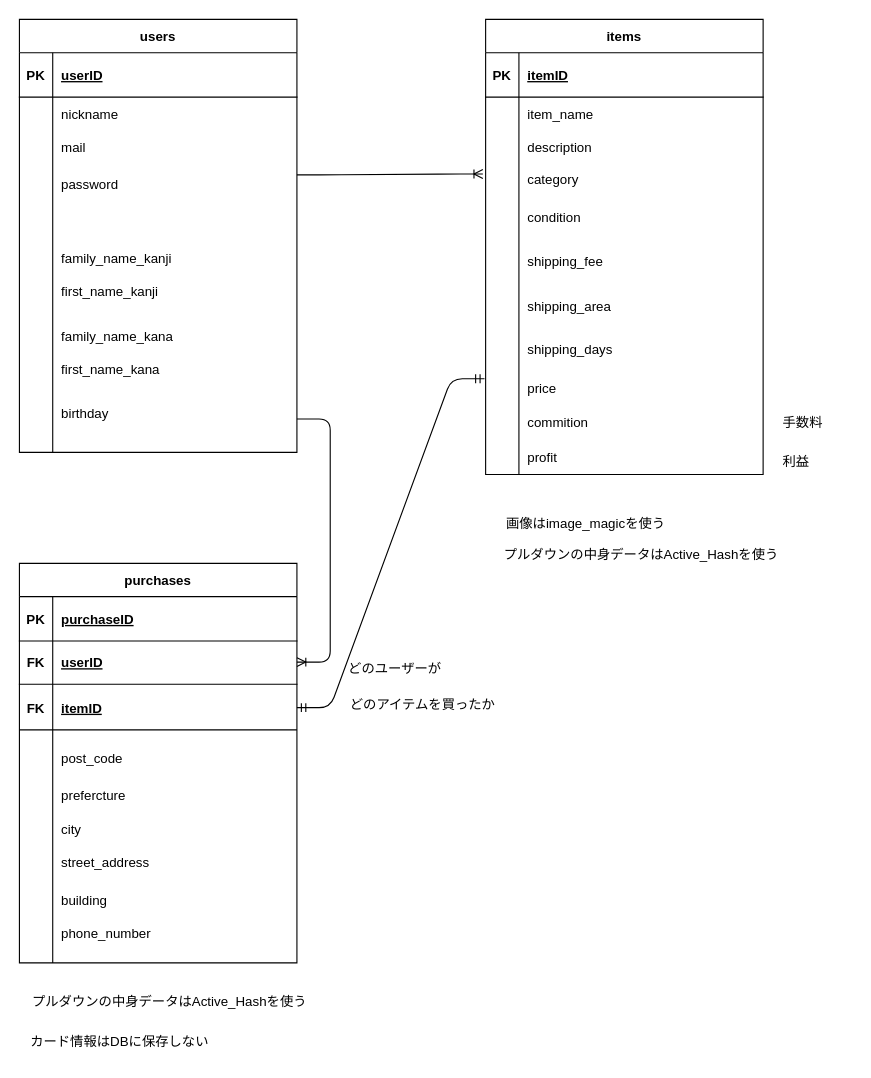
Above: furima.dio in misaki-o/furima-41361 (draw.io), before the change. Source tidied: cells renumbered, new cells numbered last; positions are measured from the earlier drawing's top-left corner, leaving out a move shared by most shapes. Both pictures are drawn from the tidied source at 111%, with x=0, y=0 at pixel (19, 19).
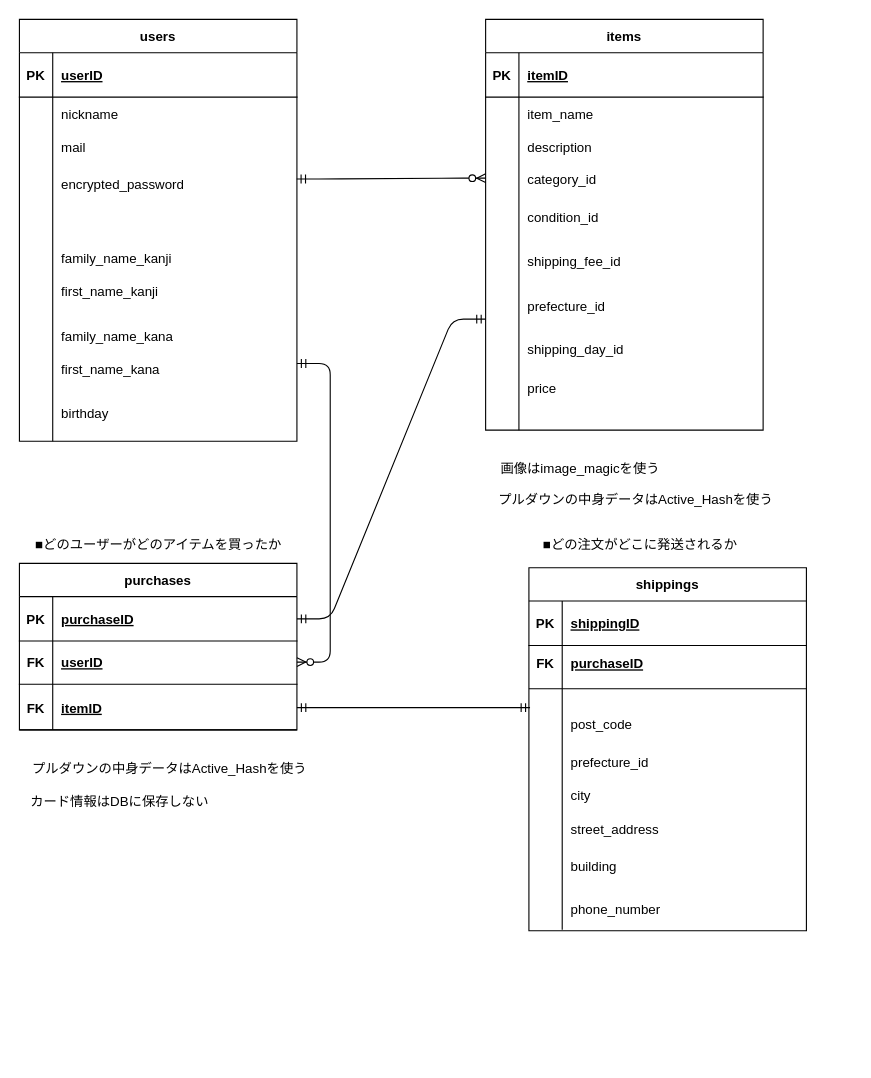
The same page after the edit.

Commit message (it also covers changes not shown here):
Shippingテーブル追加と修正

The change refers to these unchanged cells:
```xml
<mxCell id="4" style="shape=tableRow;horizontal=0;startSize=0;swimlaneHead=0;swimlaneBody=0;fillColor=none;top=0;left=0;right=0;bottom=0;" parent="1" vertex="1">
  <mxGeometry y="133" width="250" height="30" as="geometry" />
</mxCell>
<mxCell id="20" style="shape=tableRow;horizontal=0;startSize=0;swimlaneHead=0;swimlaneBody=0;fillColor=none;points=[[0,0.5],[1,0.5]];portConstraint=eastwest;top=0;left=0;right=0;bottom=0;" parent="1" vertex="1">
  <mxGeometry x="420" y="129" width="250" height="30" as="geometry" />
</mxCell>
<mxCell id="28" style="group;" parent="1" vertex="1">
  <mxGeometry width="250" height="390" as="geometry" />
</mxCell>
<mxCell id="48" style="shape=tableRow;horizontal=0;startSize=0;swimlaneHead=0;swimlaneBody=0;fillColor=none;points=[[0,0.5],[1,0.5]];portConstraint=eastwest;top=0;left=0;right=0;bottom=1;" parent="47" vertex="1">
  <mxGeometry y="30" width="250" height="40" as="geometry" />
</mxCell>
<mxCell id="62" style="shape=tableRow;horizontal=0;startSize=0;swimlaneHead=0;swimlaneBody=0;fillColor=none;points=[[0,0.5],[1,0.5]];portConstraint=eastwest;top=0;left=0;right=0;bottom=1;" parent="1" vertex="1">
  <mxGeometry y="559" width="250" height="40" as="geometry" />
</mxCell>
```

Change to the diagram source:
```diff
@@
-    <mxCell id="6" value="password" style="shape=partialRectangle;fillColor=none;top=0;left=0;bottom=0;right=0;align=left;spacingLeft=6;overflow=hidden;" parent="4" vertex="1">
+    <mxCell id="6" value="encrypted_password" style="shape=partialRectangle;fillColor=none;top=0;left=0;bottom=0;right=0;align=left;spacingLeft=6;overflow=hidden;" parent="4" vertex="1">
       <mxGeometry x="30" width="220" height="30" as="geometry" />
     </mxCell>
     <mxCell id="7" value="items" style="shape=table;startSize=30;childLayout=tableLayout;rowLines=0;fontStyle=1;align=center;" parent="1" vertex="1">
-      <mxGeometry x="420" width="250" height="410" as="geometry" />
+      <mxGeometry x="420" width="250" height="370" as="geometry" />
     </mxCell>
@@
     <mxCell id="17" style="shape=tableRow;horizontal=0;startSize=0;swimlaneHead=0;swimlaneBody=0;fillColor=none;points=[[0,0.5],[1,0.5]];portConstraint=eastwest;top=0;left=0;right=0;bottom=0;" parent="7" vertex="1">
-      <mxGeometry y="130" width="250" height="280" as="geometry" />
+      <mxGeometry y="130" width="250" height="240" as="geometry" />
     </mxCell>
     <mxCell id="18" style="shape=partialRectangle;fillColor=none;top=0;left=0;bottom=0;right=0;overflow=hidden;" parent="17" vertex="1">
-      <mxGeometry width="30" height="280" as="geometry" />
+      <mxGeometry width="30" height="240" as="geometry" />
     </mxCell>
     <mxCell id="19" style="shape=partialRectangle;fillColor=none;top=0;left=0;bottom=0;right=0;align=left;spacingLeft=6;overflow=hidden;" parent="17" vertex="1">
-      <mxGeometry x="30" width="220" height="280" as="geometry" />
+      <mxGeometry x="30" width="220" height="240" as="geometry" />
     </mxCell>
@@
-    <mxCell id="22" value="category" style="shape=partialRectangle;fillColor=none;top=0;left=0;bottom=0;right=0;align=left;spacingLeft=6;overflow=hidden;" parent="20" vertex="1">
+    <mxCell id="22" value="category_id" style="shape=partialRectangle;fillColor=none;top=0;left=0;bottom=0;right=0;align=left;spacingLeft=6;overflow=hidden;" parent="20" vertex="1">
       <mxGeometry x="30" width="220" height="30" as="geometry" />
     </mxCell>
-    <mxCell id="23" value="condition" style="shape=partialRectangle;fillColor=none;top=0;left=0;bottom=0;right=0;align=left;spacingLeft=6;overflow=hidden;" parent="1" vertex="1">
+    <mxCell id="23" value="condition_id" style="shape=partialRectangle;fillColor=none;top=0;left=0;bottom=0;right=0;align=left;spacingLeft=6;overflow=hidden;" parent="1" vertex="1">
       <mxGeometry x="450" y="163" width="220" height="30" as="geometry" />
     </mxCell>
-    <mxCell id="24" value="shipping_fee" style="shape=partialRectangle;fillColor=none;top=0;left=0;bottom=0;right=0;align=left;spacingLeft=6;overflow=hidden;" parent="1" vertex="1">
+    <mxCell id="24" value="shipping_fee_id" style="shape=partialRectangle;fillColor=none;top=0;left=0;bottom=0;right=0;align=left;spacingLeft=6;overflow=hidden;" parent="1" vertex="1">
       <mxGeometry x="450" y="203" width="220" height="30" as="geometry" />
     </mxCell>
-    <mxCell id="25" value="shipping_area" style="shape=partialRectangle;fillColor=none;top=0;left=0;bottom=0;right=0;align=left;spacingLeft=6;overflow=hidden;" parent="1" vertex="1">
+    <mxCell id="25" value="prefecture_id" style="shape=partialRectangle;fillColor=none;top=0;left=0;bottom=0;right=0;align=left;spacingLeft=6;overflow=hidden;" parent="1" vertex="1">
       <mxGeometry x="450" y="243" width="220" height="30" as="geometry" />
     </mxCell>
-    <mxCell id="26" value="shipping_days" style="shape=partialRectangle;fillColor=none;top=0;left=0;bottom=0;right=0;align=left;spacingLeft=6;overflow=hidden;" parent="1" vertex="1">
+    <mxCell id="26" value="shipping_day_id" style="shape=partialRectangle;fillColor=none;top=0;left=0;bottom=0;right=0;align=left;spacingLeft=6;overflow=hidden;" parent="1" vertex="1">
       <mxGeometry x="450" y="282" width="220" height="30" as="geometry" />
     </mxCell>
@@
     <mxCell id="29" value="users" style="shape=table;startSize=30;childLayout=tableLayout;rowLines=0;fontStyle=1;align=center;" parent="28" vertex="1">
-      <mxGeometry width="250" height="390" as="geometry" />
+      <mxGeometry width="250" height="380" as="geometry" />
     </mxCell>
@@
     <mxCell id="39" style="shape=tableRow;horizontal=0;startSize=0;swimlaneHead=0;swimlaneBody=0;fillColor=none;points=[[0,0.5],[1,0.5]];portConstraint=eastwest;top=0;left=0;right=0;bottom=0;" parent="29" vertex="1">
-      <mxGeometry y="130" width="250" height="260" as="geometry" />
+      <mxGeometry y="130" width="250" height="250" as="geometry" />
     </mxCell>
     <mxCell id="40" style="shape=partialRectangle;fillColor=none;top=0;left=0;bottom=0;right=0;overflow=hidden;" parent="39" vertex="1">
-      <mxGeometry width="30" height="260" as="geometry" />
+      <mxGeometry width="30" height="250" as="geometry" />
     </mxCell>
     <mxCell id="41" style="shape=partialRectangle;fillColor=none;top=0;left=0;bottom=0;right=0;align=left;spacingLeft=6;overflow=hidden;" parent="39" vertex="1">
-      <mxGeometry x="30" width="220" height="260" as="geometry" />
+      <mxGeometry x="30" width="220" height="250" as="geometry" />
     </mxCell>
@@
     <mxCell id="47" value="purchases" style="shape=table;startSize=30;childLayout=tableLayout;rowLines=0;fontStyle=1;align=center;" parent="1" vertex="1">
-      <mxGeometry y="490" width="250" height="360" as="geometry" />
+      <mxGeometry y="490" width="250" height="150" as="geometry" />
     </mxCell>
@@
     <mxCell id="57" style="shape=tableRow;horizontal=0;startSize=0;swimlaneHead=0;swimlaneBody=0;fillColor=none;top=0;left=0;right=0;bottom=0;" parent="47" vertex="1">
-      <mxGeometry y="130" width="250" height="230" as="geometry" />
+      <mxGeometry y="130" width="250" height="20" as="geometry" />
     </mxCell>
     <mxCell id="58" style="shape=partialRectangle;fillColor=none;top=0;left=0;bottom=0;right=0;overflow=hidden;" parent="57" vertex="1">
-      <mxGeometry width="30" height="230" as="geometry" />
+      <mxGeometry width="30" height="20" as="geometry" />
     </mxCell>
     <mxCell id="59" style="shape=partialRectangle;fillColor=none;top=0;left=0;bottom=0;right=0;align=left;spacingLeft=6;overflow=hidden;" parent="57" vertex="1">
-      <mxGeometry x="30" width="220" height="230" as="geometry" />
+      <mxGeometry x="30" width="220" height="20" as="geometry" />
     </mxCell>
-    <mxCell id="60" value="phone_number" style="shape=partialRectangle;fillColor=none;top=0;left=0;bottom=0;right=0;align=left;spacingLeft=6;overflow=hidden;" parent="59" vertex="1">
-      <mxGeometry y="188" width="220" height="30" as="geometry" />
-    </mxCell>
@@
-    <mxCell id="67" style="edgeStyle=entityRelationEdgeStyle;fontSize=12;html=1;endArrow=ERoneToMany;entryX=-0.01;entryY=0.343;entryDx=0;entryDy=0;entryPerimeter=0;" parent="1" edge="1" target="20">
-      <mxGeometry relative="1" as="geometry">
-        <mxPoint x="250" y="140" as="sourcePoint" />
-      </mxGeometry>
-    </mxCell>
@@
-    <mxCell id="69" value="post_code" style="shape=partialRectangle;fillColor=none;top=0;left=0;bottom=0;right=0;align=left;spacingLeft=6;overflow=hidden;" parent="1" vertex="1">
-      <mxGeometry x="30" y="650" width="220" height="30" as="geometry" />
-    </mxCell>
-    <mxCell id="70" value="prefercture" style="shape=partialRectangle;fillColor=none;top=0;left=0;bottom=0;right=0;align=left;spacingLeft=6;overflow=hidden;" parent="1" vertex="1">
-      <mxGeometry x="30" y="684" width="220" height="30" as="geometry" />
-    </mxCell>
-    <mxCell id="71" value="street_address" style="shape=partialRectangle;fillColor=none;top=0;left=0;bottom=0;right=0;align=left;spacingLeft=6;overflow=hidden;" parent="1" vertex="1">
-      <mxGeometry x="30" y="744" width="220" height="30" as="geometry" />
-    </mxCell>
-    <mxCell id="72" value="city" style="shape=partialRectangle;fillColor=none;top=0;left=0;bottom=0;right=0;align=left;spacingLeft=6;overflow=hidden;" parent="1" vertex="1">
-      <mxGeometry x="30" y="714" width="220" height="30" as="geometry" />
-    </mxCell>
-    <mxCell id="73" value="building" style="shape=partialRectangle;fillColor=none;top=0;left=0;bottom=0;right=0;align=left;spacingLeft=6;overflow=hidden;" parent="1" vertex="1">
-      <mxGeometry x="30" y="778" width="220" height="30" as="geometry" />
-    </mxCell>
-    <mxCell id="74" style="edgeStyle=entityRelationEdgeStyle;fontSize=12;html=1;endArrow=ERmandOne;startArrow=ERmandOne;entryX=-0.004;entryY=0.692;entryDx=0;entryDy=0;entryPerimeter=0;" parent="1" edge="1" target="17">
-      <mxGeometry relative="1" as="geometry">
-        <mxPoint x="250" y="620" as="sourcePoint" />
-      </mxGeometry>
-    </mxCell>
-    <mxCell id="75" style="edgeStyle=entityRelationEdgeStyle;fontSize=12;html=1;endArrow=ERoneToMany;" parent="1" edge="1" target="62">
-      <mxGeometry relative="1" as="geometry">
-        <mxPoint x="250" y="360" as="sourcePoint" />
-      </mxGeometry>
-    </mxCell>
     <mxCell id="76" value="画像はimage_magicを使う" style="text;html=1;align=center;verticalAlign=middle;strokeColor=none;fillColor=none;" parent="1" vertex="1">
-      <mxGeometry x="425" y="440" width="170" height="30" as="geometry" />
+      <mxGeometry x="420" y="390" width="170" height="30" as="geometry" />
     </mxCell>
     <mxCell id="77" value="プルダウンの中身データはActive_Hashを使う" style="text;html=1;align=center;verticalAlign=middle;strokeColor=none;fillColor=none;" parent="1" vertex="1">
-      <mxGeometry y="870" width="270" height="30" as="geometry" />
+      <mxGeometry y="660" width="270" height="30" as="geometry" />
     </mxCell>
     <mxCell id="78" value="プルダウンの中身データはActive_Hashを使う" style="text;html=1;align=center;verticalAlign=middle;strokeColor=none;fillColor=none;" parent="1" vertex="1">
-      <mxGeometry x="425" y="468" width="270" height="30" as="geometry" />
+      <mxGeometry x="420" y="418" width="270" height="30" as="geometry" />
     </mxCell>
@@
-    <mxCell id="80" value="commition" style="shape=partialRectangle;fillColor=none;top=0;left=0;bottom=0;right=0;align=left;spacingLeft=6;overflow=hidden;" parent="1" vertex="1">
-      <mxGeometry x="450" y="348" width="220" height="30" as="geometry" />
-    </mxCell>
-    <mxCell id="81" value="profit" style="shape=partialRectangle;fillColor=none;top=0;left=0;bottom=0;right=0;align=left;spacingLeft=6;overflow=hidden;" parent="1" vertex="1">
-      <mxGeometry x="450" y="379" width="220" height="30" as="geometry" />
-    </mxCell>
-    <mxCell id="82" value="手数料" style="shape=partialRectangle;fillColor=none;top=0;left=0;bottom=0;right=0;align=left;spacingLeft=6;overflow=hidden;" parent="1" vertex="1">
-      <mxGeometry x="680" y="348" width="70" height="30" as="geometry" />
-    </mxCell>
-    <mxCell id="83" value="利益" style="shape=partialRectangle;fillColor=none;top=0;left=0;bottom=0;right=0;align=left;spacingLeft=6;overflow=hidden;" parent="1" vertex="1">
-      <mxGeometry x="680" y="383" width="70" height="30" as="geometry" />
-    </mxCell>
     <mxCell id="84" value="カード情報はDBに保存しない" style="text;html=1;align=center;verticalAlign=middle;strokeColor=none;fillColor=none;" parent="1" vertex="1">
-      <mxGeometry y="906" width="180" height="30" as="geometry" />
+      <mxGeometry y="690" width="180" height="30" as="geometry" />
     </mxCell>
-    <mxCell id="85" value="どのユーザーが" style="text;html=1;align=center;verticalAlign=middle;strokeColor=none;fillColor=none;" parent="1" vertex="1">
-      <mxGeometry x="283" y="570" width="110" height="30" as="geometry" />
-    </mxCell>
-    <mxCell id="86" value="どのアイテムを買ったか" style="text;html=1;align=center;verticalAlign=middle;strokeColor=none;fillColor=none;" parent="1" vertex="1">
-      <mxGeometry x="283" y="603" width="160" height="30" as="geometry" />
-    </mxCell>
+    <mxCell id="73" value="building" style="shape=partialRectangle;fillColor=none;top=0;left=0;bottom=0;right=0;align=left;spacingLeft=6;overflow=hidden;" parent="1" vertex="1">
+      <mxGeometry x="489" y="748" width="220" height="30" as="geometry" />
+    </mxCell>
+    <mxCell id="71" value="street_address" style="shape=partialRectangle;fillColor=none;top=0;left=0;bottom=0;right=0;align=left;spacingLeft=6;overflow=hidden;" parent="1" vertex="1">
+      <mxGeometry x="489" y="714" width="220" height="30" as="geometry" />
+    </mxCell>
+    <mxCell id="72" value="city" style="shape=partialRectangle;fillColor=none;top=0;left=0;bottom=0;right=0;align=left;spacingLeft=6;overflow=hidden;" parent="1" vertex="1">
+      <mxGeometry x="489" y="684" width="220" height="30" as="geometry" />
+    </mxCell>
+    <mxCell id="87" value="prefecture_id" style="shape=partialRectangle;fillColor=none;top=0;left=0;bottom=0;right=0;align=left;spacingLeft=6;overflow=hidden;" parent="1" vertex="1">
+      <mxGeometry x="489" y="654" width="220" height="30" as="geometry" />
+    </mxCell>
+    <mxCell id="69" value="post_code" style="shape=partialRectangle;fillColor=none;top=0;left=0;bottom=0;right=0;align=left;spacingLeft=6;overflow=hidden;" parent="1" vertex="1">
+      <mxGeometry x="489" y="620" width="220" height="30" as="geometry" />
+    </mxCell>
+    <mxCell id="88" style="endArrow=none;html=1;rounded=0;" parent="1" edge="1">
+      <mxGeometry relative="1" as="geometry">
+        <mxPoint x="459" y="603" as="sourcePoint" />
+        <mxPoint x="709" y="603" as="targetPoint" />
+      </mxGeometry>
+    </mxCell>
+    <mxCell id="89" value="shippings" style="shape=table;startSize=30;childLayout=tableLayout;rowLines=0;fontStyle=1;align=center;" parent="1" vertex="1">
+      <mxGeometry x="459" y="494" width="250" height="327" as="geometry" />
+    </mxCell>
+    <mxCell id="90" style="shape=tableRow;horizontal=0;startSize=0;swimlaneHead=0;swimlaneBody=0;fillColor=none;top=0;left=0;right=0;bottom=1;" parent="89" vertex="1">
+      <mxGeometry y="30" width="250" height="40" as="geometry" />
+    </mxCell>
+    <mxCell id="91" value="PK" style="shape=partialRectangle;fillColor=none;top=0;left=0;bottom=0;right=0;fontStyle=1;overflow=hidden;" parent="90" vertex="1">
+      <mxGeometry width="30" height="40" as="geometry" />
+    </mxCell>
+    <mxCell id="92" value="shippingID" style="shape=partialRectangle;fillColor=none;top=0;left=0;bottom=0;right=0;align=left;spacingLeft=6;fontStyle=5;overflow=hidden;" parent="90" vertex="1">
+      <mxGeometry x="30" width="220" height="40" as="geometry" />
+    </mxCell>
+    <mxCell id="93" style="shape=tableRow;horizontal=0;startSize=0;swimlaneHead=0;swimlaneBody=0;fillColor=none;top=0;left=0;right=0;bottom=0;" parent="89" vertex="1">
+      <mxGeometry y="70" width="250" height="30" as="geometry" />
+    </mxCell>
+    <mxCell id="94" style="shape=partialRectangle;fillColor=none;top=0;left=0;bottom=0;right=0;overflow=hidden;" parent="93" vertex="1">
+      <mxGeometry width="30" height="30" as="geometry" />
+    </mxCell>
+    <mxCell id="95" style="shape=partialRectangle;fillColor=none;top=0;left=0;bottom=0;right=0;align=left;spacingLeft=6;overflow=hidden;" parent="93" vertex="1">
+      <mxGeometry x="30" width="220" height="30" as="geometry" />
+    </mxCell>
+    <mxCell id="96" style="shape=tableRow;horizontal=0;startSize=0;swimlaneHead=0;swimlaneBody=0;fillColor=none;top=0;left=0;right=0;bottom=0;" parent="89" vertex="1">
+      <mxGeometry y="100" width="250" height="31" as="geometry" />
+    </mxCell>
+    <mxCell id="97" style="shape=partialRectangle;fillColor=none;top=0;left=0;bottom=0;right=0;overflow=hidden;" parent="96" vertex="1">
+      <mxGeometry width="30" height="31" as="geometry" />
+    </mxCell>
+    <mxCell id="98" style="shape=partialRectangle;fillColor=none;top=0;left=0;bottom=0;right=0;align=left;spacingLeft=6;overflow=hidden;" parent="96" vertex="1">
+      <mxGeometry x="30" width="220" height="31" as="geometry" />
+    </mxCell>
+    <mxCell id="99" style="shape=tableRow;horizontal=0;startSize=0;swimlaneHead=0;swimlaneBody=0;fillColor=none;top=0;left=0;right=0;bottom=0;" parent="89" vertex="1">
+      <mxGeometry y="131" width="250" height="195" as="geometry" />
+    </mxCell>
+    <mxCell id="100" style="shape=partialRectangle;fillColor=none;top=0;left=0;bottom=0;right=0;overflow=hidden;" parent="99" vertex="1">
+      <mxGeometry width="30" height="195" as="geometry" />
+    </mxCell>
+    <mxCell id="101" style="shape=partialRectangle;fillColor=none;top=0;left=0;bottom=0;right=0;align=left;spacingLeft=6;overflow=hidden;" parent="99" vertex="1">
+      <mxGeometry x="30" width="220" height="195" as="geometry" />
+    </mxCell>
+    <mxCell id="60" value="phone_number" style="shape=partialRectangle;fillColor=none;top=0;left=0;bottom=0;right=0;align=left;spacingLeft=6;overflow=hidden;" parent="101" vertex="1">
+      <mxGeometry y="161" width="220" height="30" as="geometry" />
+    </mxCell>
+    <mxCell id="102" value="■どの注文がどこに発送されるか" style="text;html=1;align=center;verticalAlign=middle;strokeColor=none;fillColor=none;" parent="1" vertex="1">
+      <mxGeometry x="459" y="459" width="200" height="30" as="geometry" />
+    </mxCell>
+    <mxCell id="103" value="FK" style="shape=partialRectangle;fillColor=none;top=0;left=0;bottom=0;right=0;fontStyle=1;overflow=hidden;" parent="1" vertex="1">
+      <mxGeometry x="459" y="560" width="30" height="40" as="geometry" />
+    </mxCell>
+    <mxCell id="104" value="purchaseID" style="shape=partialRectangle;fillColor=none;top=0;left=0;bottom=0;right=0;align=left;spacingLeft=6;fontStyle=5;overflow=hidden;" parent="1" vertex="1">
+      <mxGeometry x="489" y="560" width="220" height="40" as="geometry" />
+    </mxCell>
+    <mxCell id="105" style="edgeStyle=entityRelationEdgeStyle;fontSize=12;html=1;endArrow=ERzeroToMany;startArrow=ERmandOne;entryX=1;entryY=0.5;entryDx=0;entryDy=0;" parent="1" edge="1" target="62">
+      <mxGeometry relative="1" as="geometry">
+        <mxPoint x="250" y="310" as="sourcePoint" />
+      </mxGeometry>
+    </mxCell>
+    <mxCell id="106" style="edgeStyle=entityRelationEdgeStyle;fontSize=12;html=1;endArrow=ERzeroToMany;startArrow=ERmandOne;exitX=0.999;exitY=0.055;exitDx=0;exitDy=0;exitPerimeter=0;" parent="1" edge="1" source="39">
+      <mxGeometry relative="1" as="geometry">
+        <mxPoint x="420" y="143" as="targetPoint" />
+      </mxGeometry>
+    </mxCell>
+    <mxCell id="107" style="edgeStyle=entityRelationEdgeStyle;fontSize=12;html=1;endArrow=ERmandOne;startArrow=ERmandOne;" parent="1" edge="1">
+      <mxGeometry relative="1" as="geometry">
+        <mxPoint x="250" y="620" as="sourcePoint" />
+        <mxPoint x="460" y="620" as="targetPoint" />
+      </mxGeometry>
+    </mxCell>
+    <mxCell id="108" value="■どのユーザーがどのアイテムを買ったか" style="text;html=1;align=center;verticalAlign=middle;strokeColor=none;fillColor=none;" parent="1" vertex="1">
+      <mxGeometry y="459" width="250" height="30" as="geometry" />
+    </mxCell>
+    <mxCell id="109" style="edgeStyle=entityRelationEdgeStyle;fontSize=12;html=1;endArrow=ERmandOne;startArrow=ERmandOne;exitX=1;exitY=0.5;exitDx=0;exitDy=0;" parent="1" edge="1" source="48">
+      <mxGeometry relative="1" as="geometry">
+        <mxPoint x="420" y="270" as="targetPoint" />
+      </mxGeometry>
+    </mxCell>
```
